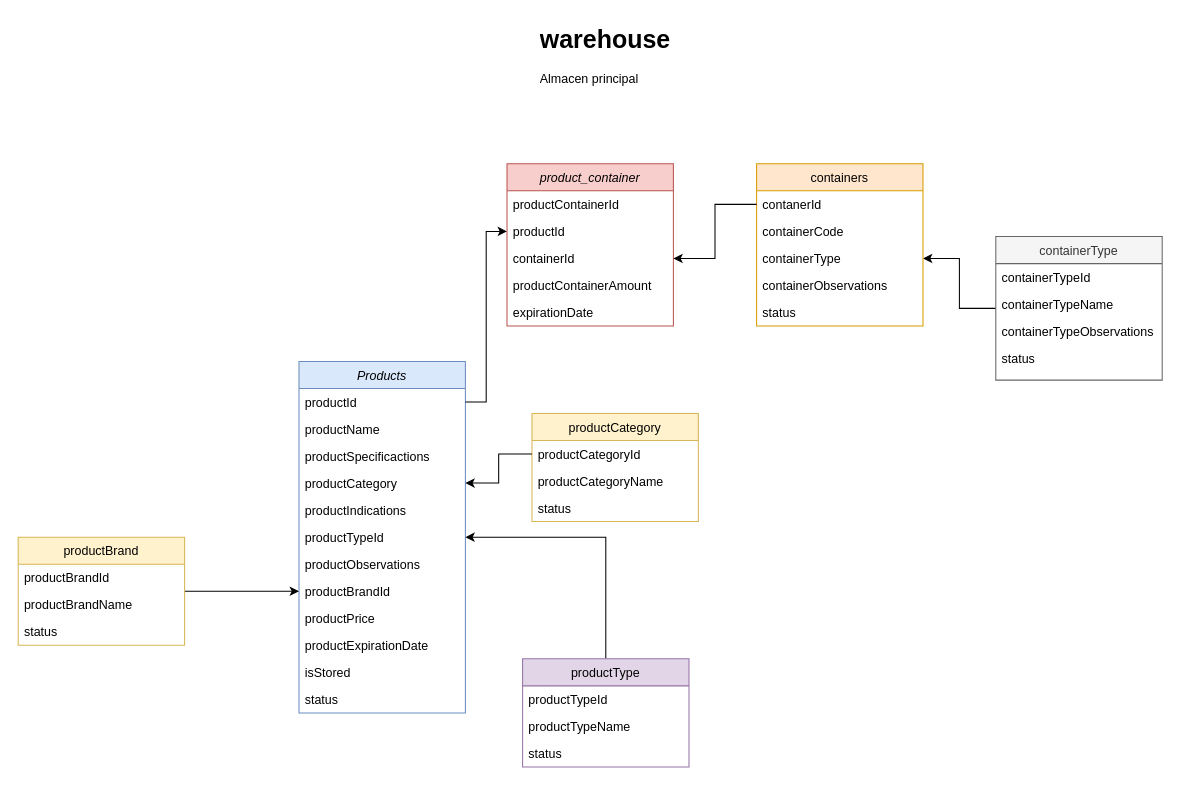
Before: pharmacy.drawio in CarlosMayo1/pharmacy, a draw.io diagram. Source tidied: cells renumbered, new cells numbered last; positions are measured from the earlier drawing's top-left corner, leaving out a move shared by most shapes. Both pictures are drawn from the tidied source at 104%, with x=0, y=0 at pixel (18, 18).
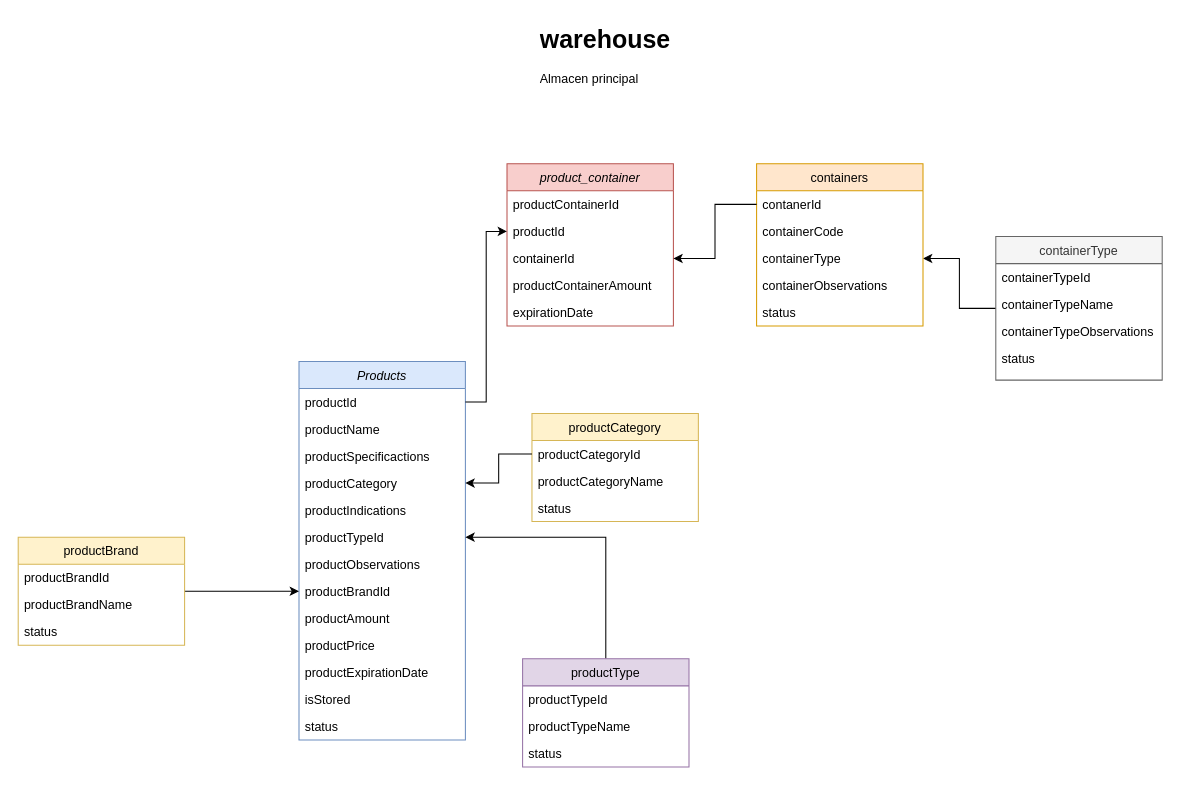
After the change.

The edit, as a diff of the source:
```diff
@@
     <mxCell id="2" value="Products" style="swimlane;fontStyle=2;align=center;verticalAlign=top;horizontal=1;startSize=26;rounded=0;shadow=0;strokeWidth=1;fillColor=#dae8fc;strokeColor=#6c8ebf;" parent="1" vertex="1">
-      <mxGeometry x="270" y="330" width="160" height="338" as="geometry" />
+      <mxGeometry x="270" y="330" width="160" height="364" as="geometry" />
     </mxCell>
@@
-    <mxCell id="11" value="productPrice" style="text;align=left;verticalAlign=top;spacingLeft=4;spacingRight=4;overflow=hidden;rounded=0;shadow=0;html=0;" parent="2" vertex="1">
+    <mxCell id="11" value="productAmount" style="text;align=left;verticalAlign=top;spacingLeft=4;spacingRight=4;overflow=hidden;rounded=0;shadow=0;html=0;" parent="2" vertex="1">
       <mxGeometry y="234" width="160" height="26" as="geometry" />
     </mxCell>
+    <mxCell id="51" value="productPrice" style="text;align=left;verticalAlign=top;spacingLeft=4;spacingRight=4;overflow=hidden;rounded=0;shadow=0;html=0;" parent="2" vertex="1">
+      <mxGeometry y="260" width="160" height="26" as="geometry" />
+    </mxCell>
     <mxCell id="12" value="productExpirationDate" style="text;align=left;verticalAlign=top;spacingLeft=4;spacingRight=4;overflow=hidden;rounded=0;shadow=0;html=0;" parent="2" vertex="1">
-      <mxGeometry y="260" width="160" height="26" as="geometry" />
+      <mxGeometry y="286" width="160" height="26" as="geometry" />
     </mxCell>
     <mxCell id="13" value="isStored" style="text;align=left;verticalAlign=top;spacingLeft=4;spacingRight=4;overflow=hidden;rounded=0;shadow=0;html=0;" parent="2" vertex="1">
-      <mxGeometry y="286" width="160" height="26" as="geometry" />
+      <mxGeometry y="312" width="160" height="26" as="geometry" />
     </mxCell>
     <mxCell id="14" value="status" style="text;align=left;verticalAlign=top;spacingLeft=4;spacingRight=4;overflow=hidden;rounded=0;shadow=0;html=0;" parent="2" vertex="1">
-      <mxGeometry y="312" width="160" height="26" as="geometry" />
+      <mxGeometry y="338" width="160" height="26" as="geometry" />
     </mxCell>
```
